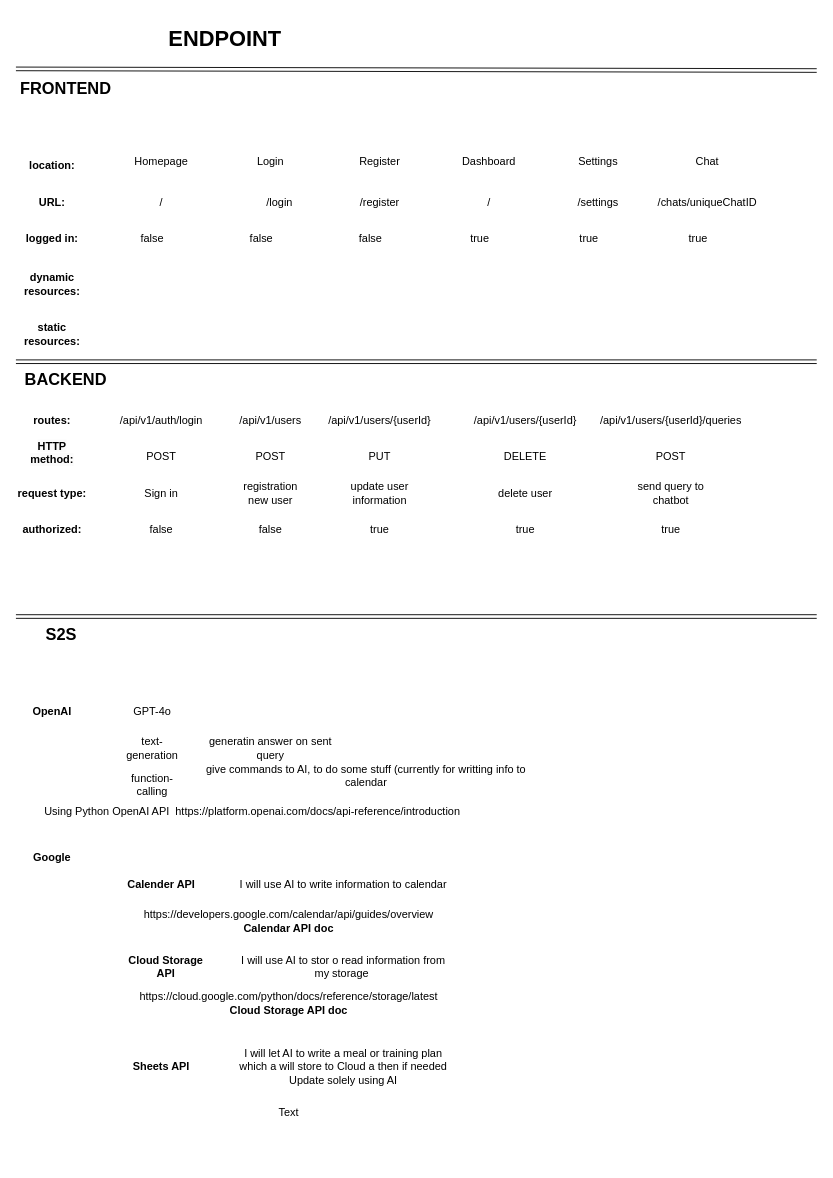
Earlier version of the draw.io diagram page "Endpoints" (1 of 5) of Project-Zero_structure.drawio (SponeKiller/Project-Zero). Source tidied: cells renumbered, new cells numbered last; positions are measured from the earlier drawing's top-left corner, leaving out a move shared by most shapes. Both pictures are drawn from the tidied source at 91%, with x=0, y=0 at pixel (15, 15).
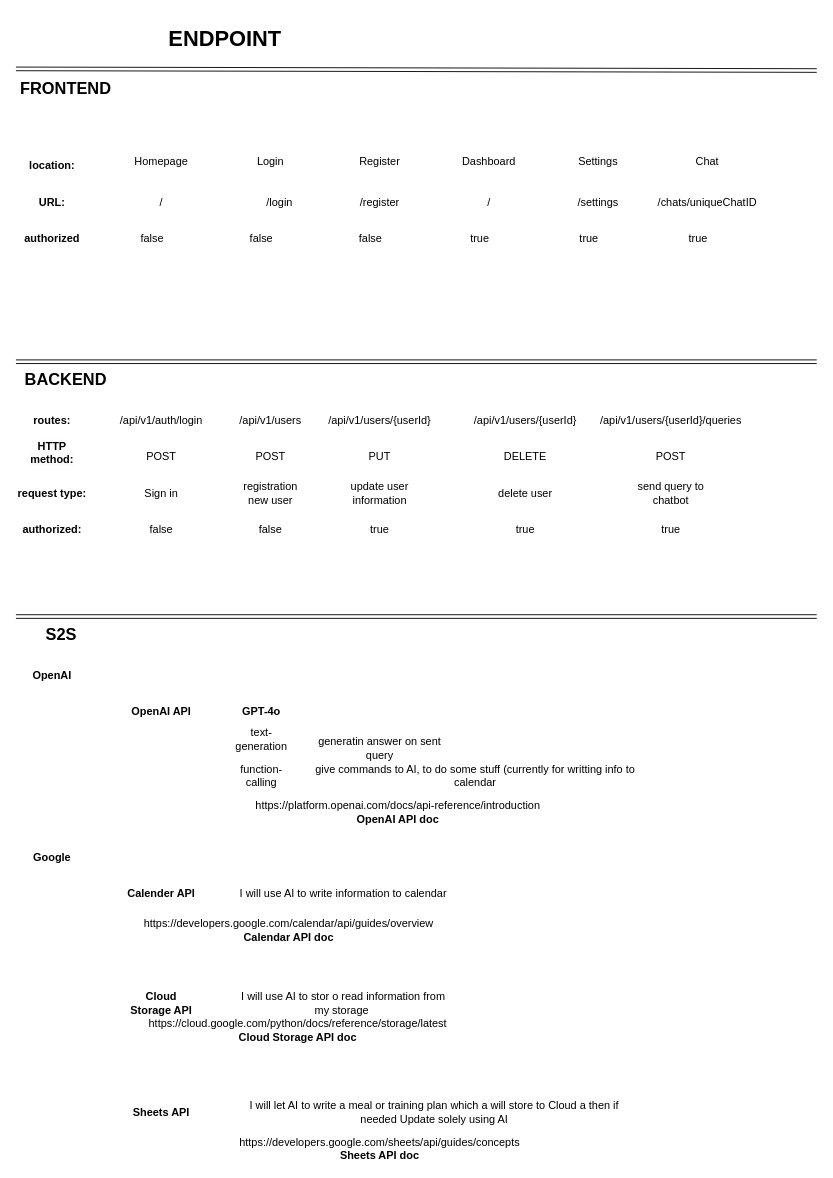
Above is the later version.

What changed in the source:
```diff
@@
-    <mxCell id="12" value="logged in:" style="text;html=1;align=center;verticalAlign=middle;whiteSpace=wrap;rounded=0;fontStyle=1;" parent="1" vertex="1">
+    <mxCell id="12" value="authorized" style="text;html=1;align=center;verticalAlign=middle;whiteSpace=wrap;rounded=0;fontStyle=1;" parent="1" vertex="1">
       <mxGeometry y="230" width="80" height="30" as="geometry" />
     </mxCell>
@@
-    <mxCell id="35" value="dynamic resources:" style="text;html=1;align=center;verticalAlign=middle;whiteSpace=wrap;rounded=0;fontStyle=1;" parent="1" vertex="1">
-      <mxGeometry y="270" width="80" height="50" as="geometry" />
-    </mxCell>
-    <mxCell id="36" value="static resources:" style="text;html=1;align=center;verticalAlign=middle;whiteSpace=wrap;rounded=0;fontStyle=1;" parent="1" vertex="1">
-      <mxGeometry y="320" width="80" height="60" as="geometry" />
-    </mxCell>
@@
     <mxCell id="56" value="&lt;b&gt;OpenAI&lt;/b&gt;" style="text;html=1;align=center;verticalAlign=middle;whiteSpace=wrap;rounded=0;" parent="1" vertex="1">
-      <mxGeometry y="750" width="80" height="30" as="geometry" />
+      <mxGeometry y="710" width="80" height="30" as="geometry" />
     </mxCell>
-    <mxCell id="57" value="GPT-4o" style="text;html=1;align=center;verticalAlign=middle;whiteSpace=wrap;rounded=0;" parent="1" vertex="1">
-      <mxGeometry x="120" y="750" width="60" height="30" as="geometry" />
+    <mxCell id="57" value="GPT-4o" style="text;html=1;align=center;verticalAlign=middle;whiteSpace=wrap;rounded=0;fontStyle=1;" parent="1" vertex="1">
+      <mxGeometry x="240" y="750" width="60" height="30" as="geometry" />
     </mxCell>
     <mxCell id="58" value="text-generation" style="text;html=1;align=center;verticalAlign=middle;whiteSpace=wrap;rounded=0;" parent="1" vertex="1">
-      <mxGeometry x="120" y="790" width="60" height="30" as="geometry" />
+      <mxGeometry x="240" y="780" width="60" height="30" as="geometry" />
     </mxCell>
     <mxCell id="59" value="function-calling" style="text;html=1;align=center;verticalAlign=middle;whiteSpace=wrap;rounded=0;" parent="1" vertex="1">
-      <mxGeometry x="120" y="830" width="60" height="30" as="geometry" />
+      <mxGeometry x="240" y="820" width="60" height="30" as="geometry" />
     </mxCell>
@@
     <mxCell id="61" value="Calender API" style="text;html=1;align=center;verticalAlign=middle;whiteSpace=wrap;rounded=0;fontStyle=1;" parent="1" vertex="1">
-      <mxGeometry x="120" y="940" width="80" height="30" as="geometry" />
+      <mxGeometry x="120" y="950" width="80" height="30" as="geometry" />
     </mxCell>
     <mxCell id="62" value="I will use AI to write information to calendar" style="text;html=1;align=center;verticalAlign=middle;whiteSpace=wrap;rounded=0;" parent="1" vertex="1">
-      <mxGeometry x="240" y="940" width="240" height="30" as="geometry" />
+      <mxGeometry x="240" y="950" width="240" height="30" as="geometry" />
     </mxCell>
-    <mxCell id="63" value="Using Python OpenAI API&amp;nbsp;&amp;nbsp;https://platform.openai.com/docs/api-reference/introduction" style="text;html=1;align=center;verticalAlign=middle;whiteSpace=wrap;rounded=0;" parent="1" vertex="1">
-      <mxGeometry y="860" width="520" height="30" as="geometry" />
+    <mxCell id="63" value="https://platform.openai.com/docs/api-reference/introduction&lt;div&gt;&lt;b&gt;OpenAI API doc&lt;/b&gt;&lt;/div&gt;" style="text;html=1;align=center;verticalAlign=middle;whiteSpace=wrap;rounded=0;" parent="1" vertex="1">
+      <mxGeometry x="120" y="860" width="600" height="30" as="geometry" />
     </mxCell>
     <mxCell id="64" value="give commands to AI, to do some stuff (currently for writting info to calendar" style="text;html=1;align=center;verticalAlign=middle;whiteSpace=wrap;rounded=0;" parent="1" vertex="1">
-      <mxGeometry x="200" y="820" width="370" height="30" as="geometry" />
+      <mxGeometry x="320" y="820" width="370" height="30" as="geometry" />
     </mxCell>
     <mxCell id="65" value="generatin answer on sent query" style="text;html=1;align=center;verticalAlign=middle;whiteSpace=wrap;rounded=0;" parent="1" vertex="1">
-      <mxGeometry x="200" y="790" width="160" height="30" as="geometry" />
+      <mxGeometry x="320" y="790" width="160" height="30" as="geometry" />
     </mxCell>
     <mxCell id="66" value="https://developers.google.com/calendar/api/guides/overview&lt;div&gt;&lt;b&gt;Calendar API doc&lt;/b&gt;&lt;/div&gt;" style="text;html=1;align=center;verticalAlign=middle;whiteSpace=wrap;rounded=0;" parent="1" vertex="1">
-      <mxGeometry x="120" y="980" width="360" height="30" as="geometry" />
+      <mxGeometry x="120" y="990" width="360" height="30" as="geometry" />
     </mxCell>
     <mxCell id="67" value="&lt;b&gt;Cloud Storage API&lt;/b&gt;" style="text;html=1;align=center;verticalAlign=middle;whiteSpace=wrap;rounded=0;" parent="1" vertex="1">
-      <mxGeometry x="120" y="1030" width="90" height="30" as="geometry" />
+      <mxGeometry x="120" y="1070" width="80" height="30" as="geometry" />
     </mxCell>
     <mxCell id="68" value="I will use AI to stor o read information from my storage&amp;nbsp;" style="text;html=1;align=center;verticalAlign=middle;whiteSpace=wrap;rounded=0;" parent="1" vertex="1">
-      <mxGeometry x="240" y="1030" width="240" height="30" as="geometry" />
+      <mxGeometry x="240" y="1070" width="240" height="30" as="geometry" />
     </mxCell>
     <mxCell id="69" value="Sheets API" style="text;html=1;align=center;verticalAlign=middle;whiteSpace=wrap;rounded=0;fontStyle=1;" parent="1" vertex="1">
-      <mxGeometry x="120" y="1140" width="80" height="30" as="geometry" />
+      <mxGeometry x="120" y="1190" width="80" height="30" as="geometry" />
     </mxCell>
     <mxCell id="70" value="https://cloud.google.com/python/docs/reference/storage/latest&lt;div&gt;&lt;b&gt;Cloud Storage API doc&lt;/b&gt;&lt;/div&gt;" style="text;html=1;align=center;verticalAlign=middle;whiteSpace=wrap;rounded=0;" parent="1" vertex="1">
-      <mxGeometry x="120" y="1070" width="360" height="30" as="geometry" />
+      <mxGeometry x="130" y="1100" width="360" height="30" as="geometry" />
     </mxCell>
     <mxCell id="71" value="I will let AI to write a meal or training plan which a will store to Cloud a then if needed Update solely using AI" style="text;html=1;align=center;verticalAlign=middle;whiteSpace=wrap;rounded=0;" parent="1" vertex="1">
-      <mxGeometry x="240" y="1140" width="240" height="30" as="geometry" />
+      <mxGeometry x="240" y="1190" width="440" height="30" as="geometry" />
     </mxCell>
-    <mxCell id="72" value="Text" style="text;html=1;align=center;verticalAlign=middle;whiteSpace=wrap;rounded=0;" parent="1" vertex="1">
-      <mxGeometry x="120" y="1190" width="360" height="30" as="geometry" />
+    <mxCell id="72" value="https://developers.google.com/sheets/api/guides/concepts&lt;div&gt;&lt;b&gt;Sheets API doc&lt;/b&gt;&lt;/div&gt;" style="text;html=1;align=center;verticalAlign=middle;whiteSpace=wrap;rounded=0;" parent="1" vertex="1">
+      <mxGeometry x="120" y="1230" width="560" height="30" as="geometry" />
     </mxCell>
+    <mxCell id="73" value="&lt;b&gt;OpenAI API&lt;/b&gt;" style="text;html=1;align=center;verticalAlign=middle;whiteSpace=wrap;rounded=0;" parent="1" vertex="1">
+      <mxGeometry x="120" y="750" width="80" height="30" as="geometry" />
+    </mxCell>
```
